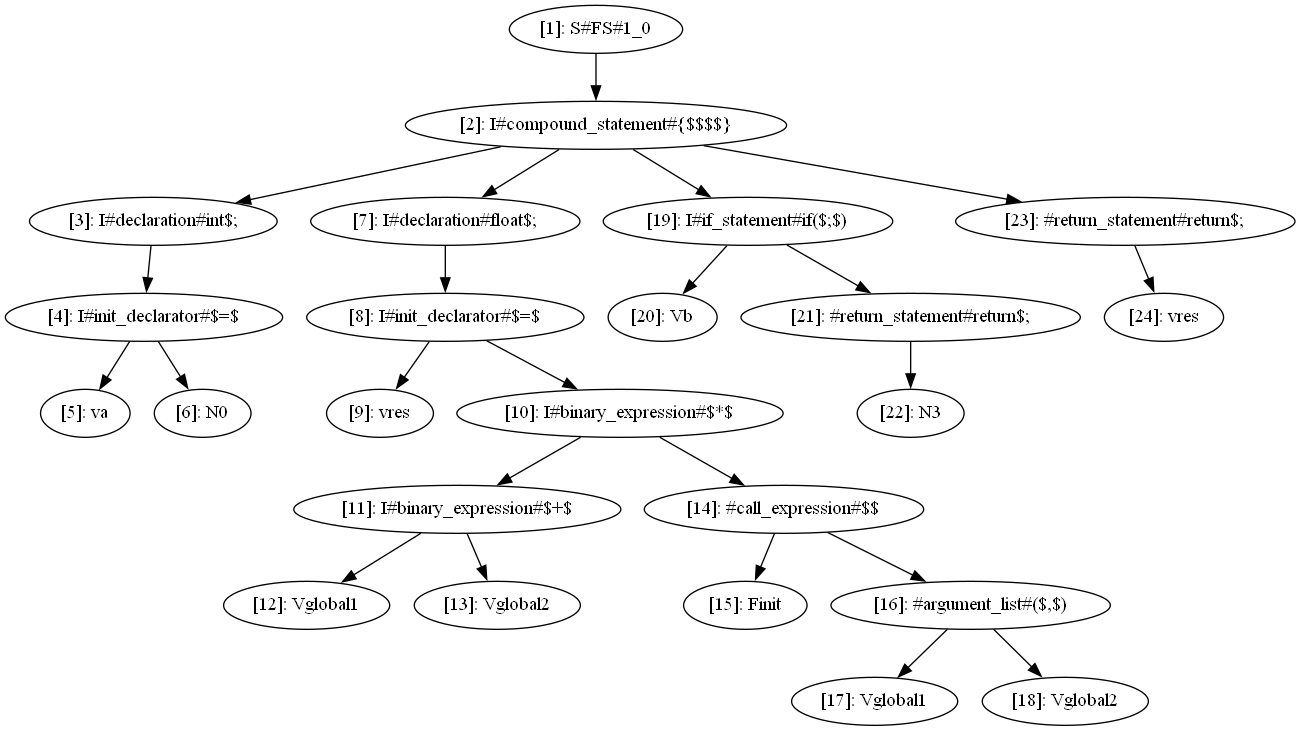
The Graphviz diagram cass.png in deryaerman/DIA-System-DS-Plagiarism-Checker-GIT, before a commit. Its source is kept beside it as cass.dot.
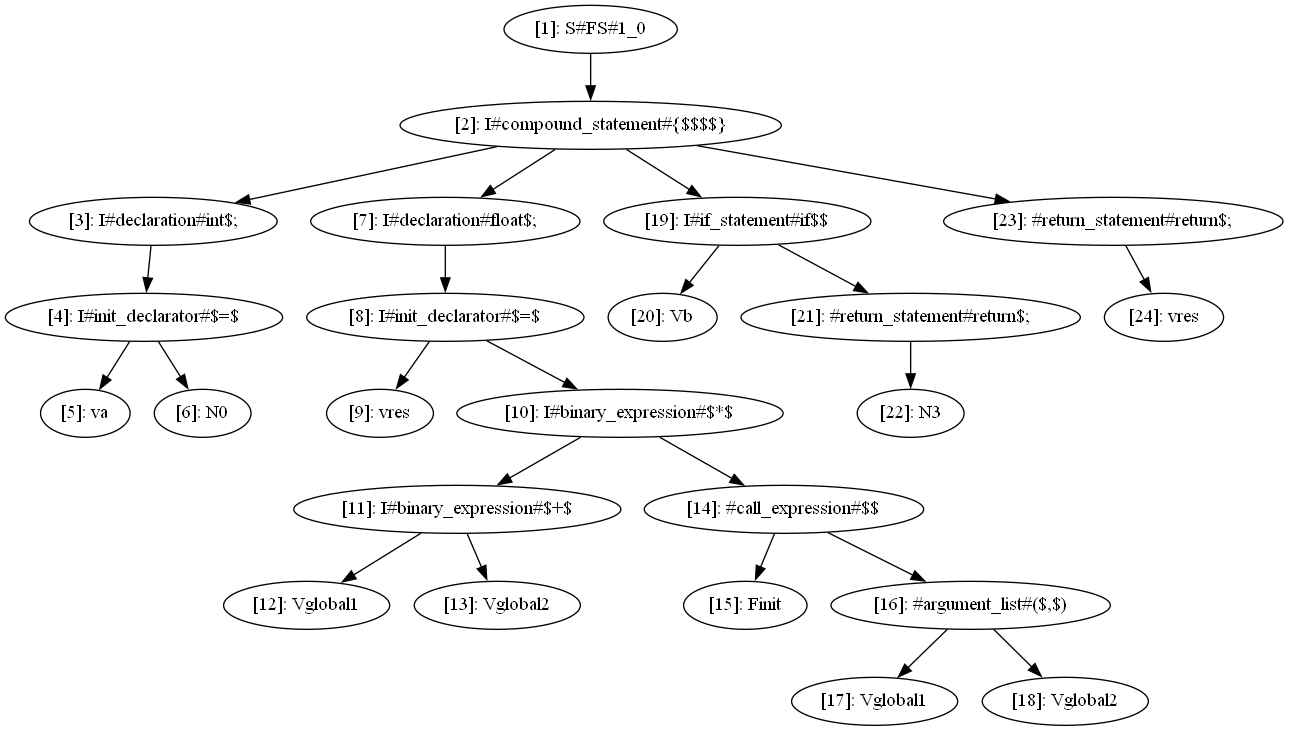
The same diagram one commit later.

Change to the diagram source:
```diff
@@ -18,7 +18,7 @@
   n16 [label="[16]: #argument_list#($,$)"];
   n17 [label="[17]: Vglobal1"];
   n18 [label="[18]: Vglobal2"];
-  n19 [label="[19]: I#if_statement#if($;$)"];
+  n19 [label="[19]: I#if_statement#if$$"];
   n20 [label="[20]: Vb"];
   n21 [label="[21]: #return_statement#return$;"];
   n22 [label="[22]: N3"];
```
